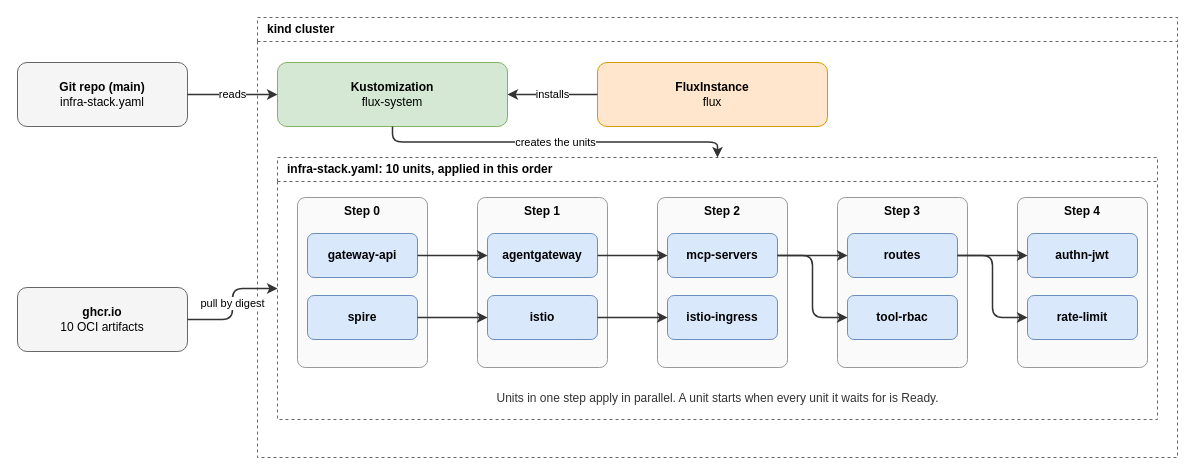
The draw.io diagram code/mcp-sandbox/part-3-mcp-guardrails/docs/diagrams/orchestration.drawio in raghav19/engineersdaybook, before the edit. Source tidied: cells renumbered, new cells numbered last; positions are measured from the earlier drawing's top-left corner, leaving out a move shared by most shapes. Both pictures are drawn from the tidied source at 100%, with x=0, y=0 at pixel (17, 17).
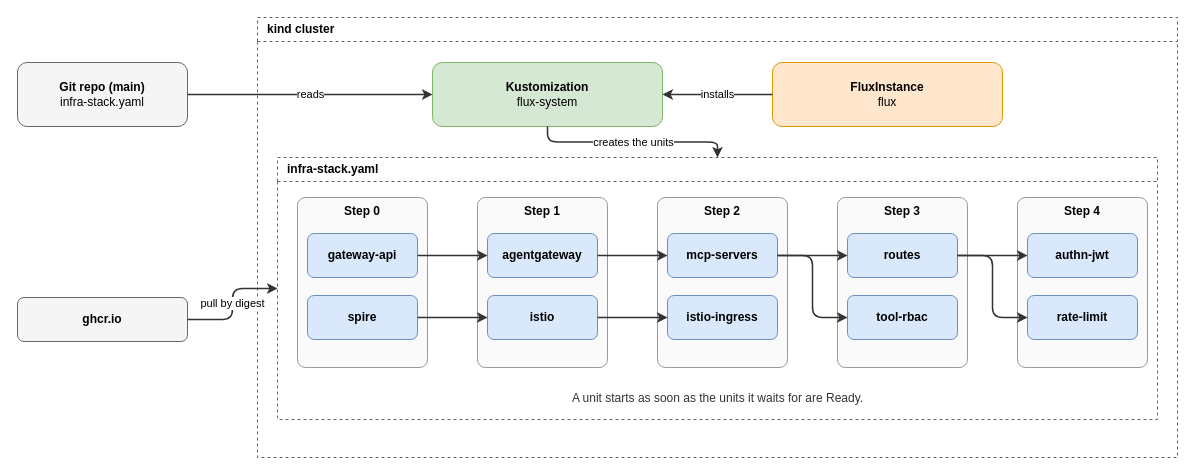
After the change.

Commit message (it also covers changes not shown here):
Centre the top of the orchestration diagram

Centre the Kustomization and FluxInstance boxes, keep plain labels (ghcr.io, infra-stack.yaml) and one rule line. A step is only the depth of a unit: a unit starts as soon as the units it waits for are Ready. Say so in the terms table and in section 5.

Assisted-by: claude-code/claude-sonnet-5-5

Change to the diagram source:
```diff
@@
-    <mxCell id="3" value="&lt;b&gt;ghcr.io&lt;/b&gt;&lt;br&gt;10 OCI artifacts" style="rounded=1;whiteSpace=wrap;html=1;align=center;verticalAlign=middle;fillColor=#f5f5f5;strokeColor=#666666;fontColor=#000000;" parent="1" vertex="1">
-      <mxGeometry y="270" width="170" height="64" as="geometry" />
+    <mxCell id="3" value="&lt;b&gt;ghcr.io&lt;/b&gt;" style="rounded=1;whiteSpace=wrap;html=1;align=center;verticalAlign=middle;fillColor=#f5f5f5;strokeColor=#666666;fontColor=#000000;" parent="1" vertex="1">
+      <mxGeometry y="280" width="170" height="44" as="geometry" />
     </mxCell>
@@
     <mxCell id="5" value="&lt;b&gt;Kustomization&lt;/b&gt;&lt;br&gt;flux-system" style="rounded=1;whiteSpace=wrap;html=1;align=center;verticalAlign=middle;fillColor=#d5e8d4;strokeColor=#82b366;fontColor=#000000;" parent="1" vertex="1">
-      <mxGeometry x="260" y="45" width="230" height="64" as="geometry" />
+      <mxGeometry x="415" y="45" width="230" height="64" as="geometry" />
     </mxCell>
     <mxCell id="6" value="&lt;b&gt;FluxInstance&lt;/b&gt;&lt;br&gt;flux" style="rounded=1;whiteSpace=wrap;html=1;align=center;verticalAlign=middle;fillColor=#ffe6cc;strokeColor=#d79b00;fontColor=#000000;" parent="1" vertex="1">
-      <mxGeometry x="580" y="45" width="230" height="64" as="geometry" />
+      <mxGeometry x="755" y="45" width="230" height="64" as="geometry" />
     </mxCell>
-    <mxCell id="7" value="infra-stack.yaml: 10 units, applied in this order" style="swimlane;startSize=24;fillColor=none;strokeColor=#666666;dashed=1;fontStyle=1;html=1;align=left;spacingLeft=8;" parent="1" vertex="1">
+    <mxCell id="7" value="infra-stack.yaml" style="swimlane;startSize=24;fillColor=none;strokeColor=#666666;dashed=1;fontStyle=1;html=1;align=left;spacingLeft=8;" parent="1" vertex="1">
       <mxGeometry x="260" y="140" width="880" height="262" as="geometry" />
     </mxCell>
@@
-    <mxCell id="23" value="Units in one step apply in parallel. A unit starts when every unit it waits for is Ready." style="text;html=1;align=center;verticalAlign=middle;fontColor=#333333;" parent="1" vertex="1">
+    <mxCell id="23" value="A unit starts as soon as the units it waits for are Ready." style="text;html=1;align=center;verticalAlign=middle;fontColor=#333333;" parent="1" vertex="1">
       <mxGeometry x="260" y="366" width="880" height="30" as="geometry" />
     </mxCell>
```
